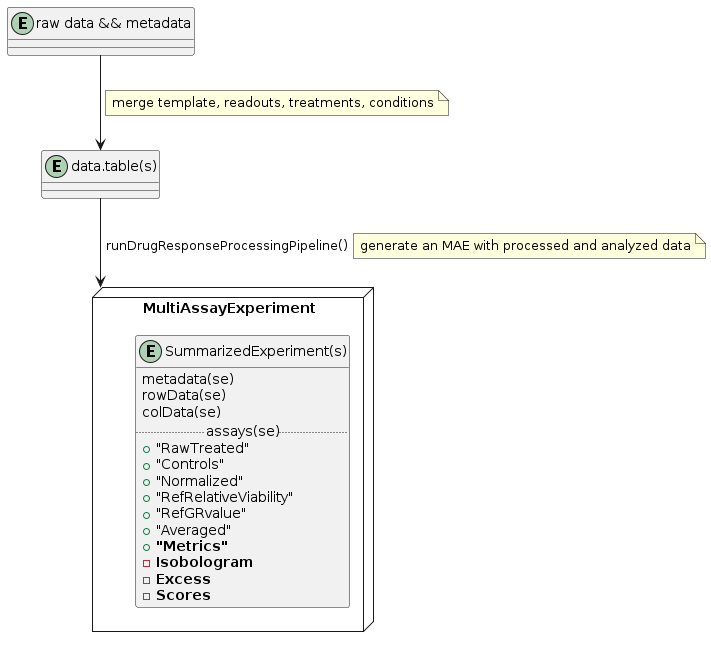
gdrplatform/gDRcore keeps this PlantUML diagram as inst/images/pipeline2.png. Above is the earlier version.
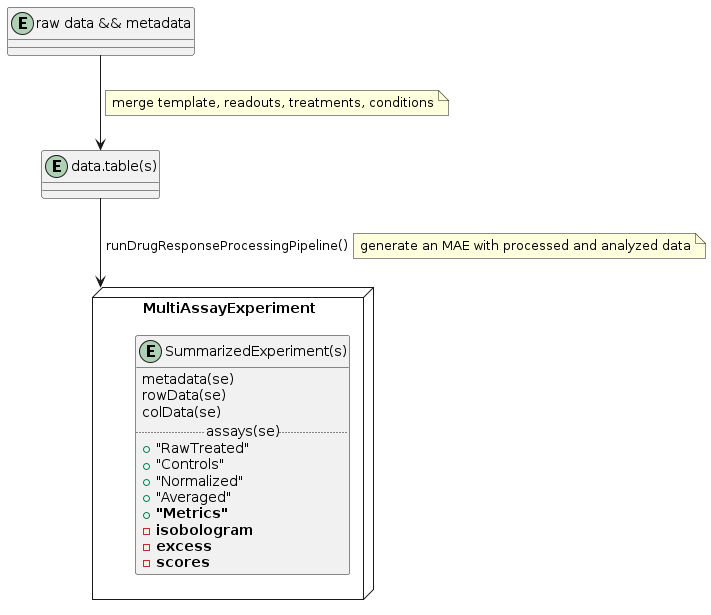
After the commit.

Change to the diagram source:
```diff
@@ -16,13 +16,11 @@
  + "RawTreated"
  + "Controls"
  + "Normalized"
- + "RefRelativeViability"
- + "RefGRvalue"
  + "Averaged"
  + **"Metrics"**
- - **Isobologram**
- - **Excess**
- - **Scores**
+ - **isobologram**
+ - **excess**
+ - **scores**
 }
 }
 
```
